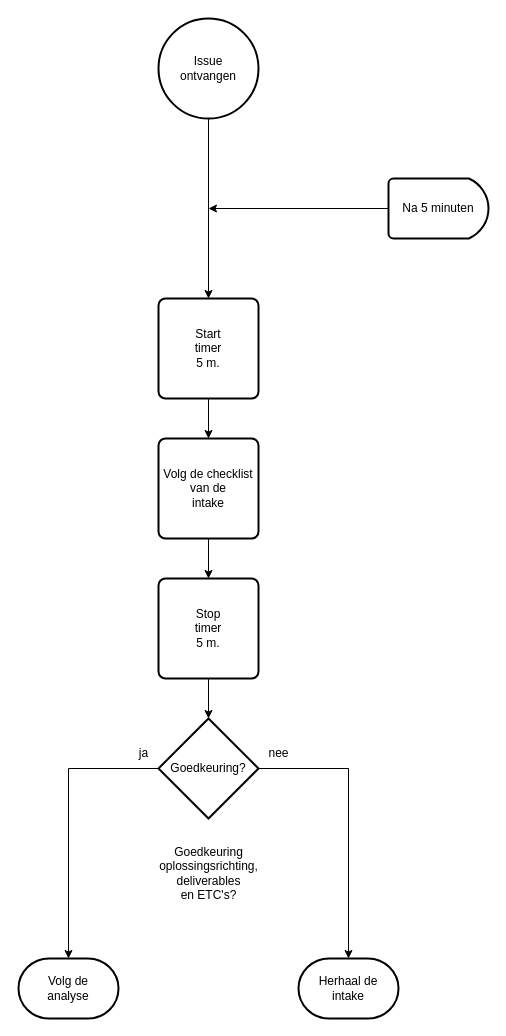
Before: 1 Issue Tracker intake.drawio in Zaibatsu89/IssueTracker, a draw.io diagram. Source tidied: cells renumbered, new cells numbered last; positions are measured from the earlier drawing's top-left corner, leaving out a move shared by most shapes. Both pictures are drawn from the tidied source at 100%, with x=0, y=0 at pixel (18, 18).
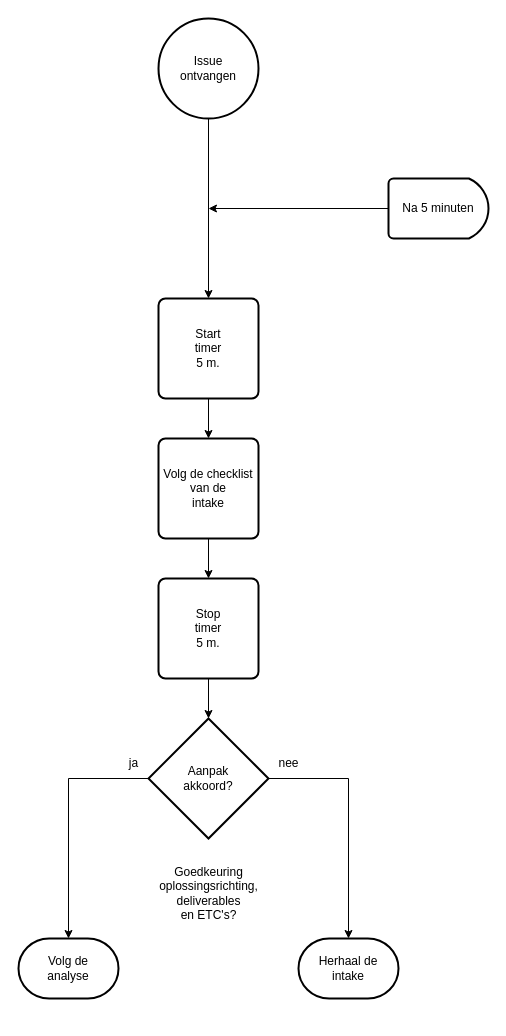
Above is the later version.

Commit message (it also covers changes not shown here):
Status review analyse en ontwerp akkoord? in tijdtriggers flowchart

What changed in the source:
```diff
@@
     <mxCell id="7" value="nee" style="text;html=1;align=center;verticalAlign=middle;strokeColor=none;fillColor=none;" parent="1" vertex="1">
-      <mxGeometry x="240" y="720" width="40" height="30" as="geometry" />
+      <mxGeometry x="250" y="730" width="40" height="30" as="geometry" />
     </mxCell>
@@
-    <mxCell id="12" value="Goedkeuring?" style="strokeWidth=2;html=1;shape=mxgraph.flowchart.decision;whiteSpace=wrap;" parent="1" vertex="1">
-      <mxGeometry x="140" y="700" width="100" height="100" as="geometry" />
+    <mxCell id="12" value="Aanpak&lt;br&gt;akkoord?" style="strokeWidth=2;html=1;shape=mxgraph.flowchart.decision;whiteSpace=wrap;" parent="1" vertex="1">
+      <mxGeometry x="130" y="700" width="120" height="120" as="geometry" />
     </mxCell>
     <mxCell id="13" value="ja" style="text;html=1;align=center;verticalAlign=middle;strokeColor=none;fillColor=none;" parent="1" vertex="1">
-      <mxGeometry x="110" y="720" width="30" height="30" as="geometry" />
+      <mxGeometry x="100" y="730" width="30" height="30" as="geometry" />
     </mxCell>
@@
     <mxCell id="16" value="Goedkeuring&lt;br&gt;oplossingsrichting,&lt;br&gt;deliverables&lt;br&gt;en ETC's?" style="text;html=1;align=center;verticalAlign=middle;strokeColor=none;fillColor=none;" parent="1" vertex="1">
-      <mxGeometry x="130" y="820" width="120" height="70" as="geometry" />
+      <mxGeometry x="130" y="840" width="120" height="70" as="geometry" />
     </mxCell>
     <mxCell id="17" value="Volg de&lt;br&gt;analyse" style="strokeWidth=2;html=1;shape=mxgraph.flowchart.terminator;whiteSpace=wrap;" parent="1" vertex="1">
-      <mxGeometry y="940" width="100" height="60" as="geometry" />
+      <mxGeometry y="920" width="100" height="60" as="geometry" />
     </mxCell>
     <mxCell id="18" value="Herhaal de&lt;br&gt;intake" style="strokeWidth=2;html=1;shape=mxgraph.flowchart.terminator;whiteSpace=wrap;" parent="1" vertex="1">
-      <mxGeometry x="280" y="940" width="100" height="60" as="geometry" />
+      <mxGeometry x="280" y="920" width="100" height="60" as="geometry" />
     </mxCell>
     <mxCell id="19" style="edgeStyle=orthogonalEdgeStyle;rounded=0;jettySize=auto;html=1;entryX=0.5;entryY=0;entryDx=0;entryDy=0;entryPerimeter=0;exitX=1;exitY=0.5;exitDx=0;exitDy=0;exitPerimeter=0;" parent="1" edge="1" source="12" target="18">
       <mxGeometry relative="1" as="geometry">
         <Array as="points">
-          <mxPoint x="330" y="750" />
+          <mxPoint x="330" y="760" />
         </Array>
       </mxGeometry>
     </mxCell>
```
